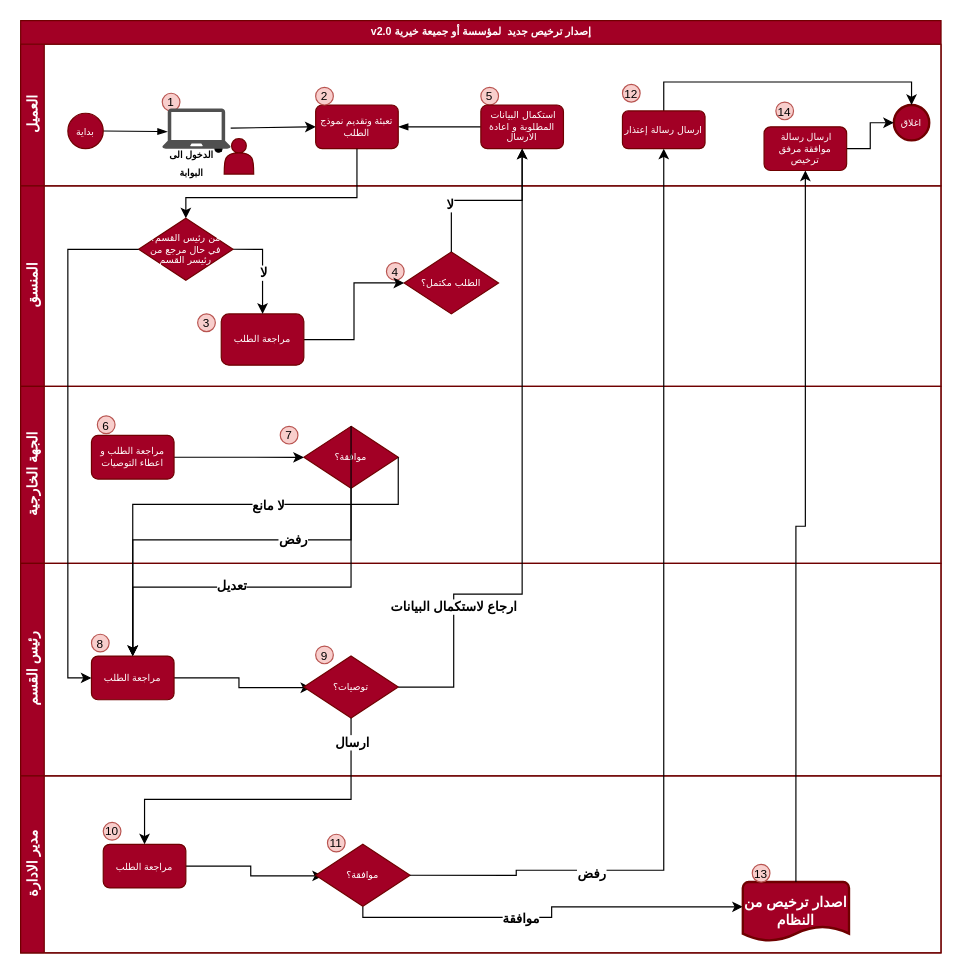
Above: v2.0 طلب إصدار ترخيص جديد  لمؤسسة أو جميعة خيرية.drawio in mmarei/mmarei-GithubRepository (draw.io), before the change. Source tidied: cells renumbered, new cells numbered last; positions are measured from the earlier drawing's top-left corner, leaving out a move shared by most shapes. Both pictures are drawn from the tidied source at 118%, with x=0, y=0 at pixel (20, 20).
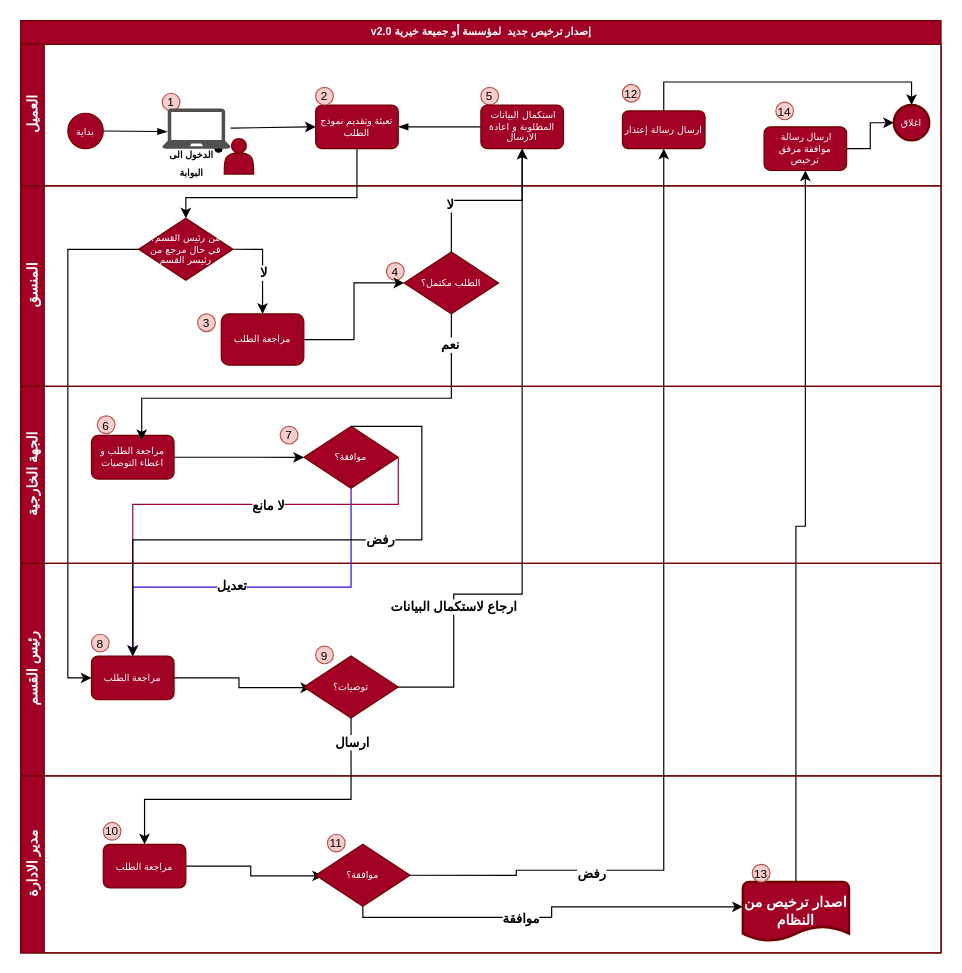
Above is the later version.

Unchanged cells that the change refers to:
```xml
<mxCell id="2" value="&lt;span lang=&quot;AR-SA&quot; dir=&quot;RTL&quot; style=&quot;line-height: 107% ; font-family: &amp;#34;dubai&amp;#34; , sans-serif&quot;&gt;&lt;font style=&quot;font-size: 9px&quot;&gt;إصدار ترخيص جديد&amp;nbsp; لمؤسسة أو جميعة خيرية v2.0&lt;/font&gt;&lt;/span&gt;" style="swimlane;html=1;horizontal=1;startSize=20;rounded=0;shadow=0;labelBackgroundColor=none;strokeWidth=1;fontFamily=Verdana;fontSize=8;align=center;fillColor=#a20025;strokeColor=#6F0000;fontColor=#ffffff;" parent="1" vertex="1">
  <mxGeometry width="780" height="790" as="geometry" />
</mxCell>
<mxCell id="27" value="الطلب مكتمل؟" style="strokeWidth=1;html=1;shape=mxgraph.flowchart.decision;whiteSpace=wrap;rounded=1;shadow=0;labelBackgroundColor=none;fontFamily=Verdana;fontSize=8;align=center;fillColor=#a20025;strokeColor=#6F0000;fontColor=#ffffff;" parent="24" vertex="1">
  <mxGeometry x="325" y="56" width="80" height="52.5" as="geometry" />
</mxCell>
<mxCell id="37" value="موافقة؟" style="strokeWidth=1;html=1;shape=mxgraph.flowchart.decision;whiteSpace=wrap;rounded=1;shadow=0;labelBackgroundColor=none;fontFamily=Verdana;fontSize=8;align=center;fillColor=#a20025;strokeColor=#6F0000;fontColor=#ffffff;" parent="33" vertex="1">
  <mxGeometry x="240" y="33.8" width="80" height="52.5" as="geometry" />
</mxCell>
<mxCell id="38" value="&lt;span lang=&quot;AR-SA&quot; dir=&quot;RTL&quot; style=&quot;line-height: 107% ; font-family: &amp;#34;dubai&amp;#34; , sans-serif&quot;&gt;&lt;font style=&quot;font-size: 8px&quot;&gt;مراجعة الطلب و اعطاء التوصيات&lt;/font&gt;&lt;/span&gt;" style="rounded=1;whiteSpace=wrap;html=1;shadow=0;labelBackgroundColor=none;strokeWidth=1;fontFamily=Verdana;fontSize=8;align=center;fillColor=#a20025;strokeColor=#6F0000;fontColor=#ffffff;" parent="33" vertex="1">
  <mxGeometry x="60" y="41.5" width="70" height="37" as="geometry" />
</mxCell>
<mxCell id="45" value="&lt;span lang=&quot;AR-SA&quot; dir=&quot;RTL&quot; style=&quot;line-height: 107% ; font-family: &amp;#34;dubai&amp;#34; , sans-serif&quot;&gt;&lt;font style=&quot;font-size: 8px&quot;&gt;مراجعة الطلب&lt;/font&gt;&lt;/span&gt;" style="rounded=1;whiteSpace=wrap;html=1;shadow=0;labelBackgroundColor=none;strokeWidth=1;fontFamily=Verdana;fontSize=8;align=center;fillColor=#a20025;strokeColor=#6F0000;fontColor=#ffffff;" parent="41" vertex="1">
  <mxGeometry x="60" y="78.5" width="70" height="37" as="geometry" />
</mxCell>
```

The edit, as a diff of the source:
```diff
@@
-    <mxCell id="47" style="edgeStyle=orthogonalEdgeStyle;rounded=0;jettySize=auto;html=1;exitX=1;exitY=0.5;exitDx=0;exitDy=0;exitPerimeter=0;" parent="2" edge="1" source="37" target="45">
+    <mxCell id="47" style="edgeStyle=orthogonalEdgeStyle;rounded=0;jettySize=auto;html=1;exitX=1;exitY=0.5;exitDx=0;exitDy=0;exitPerimeter=0;fillColor=#d80073;strokeColor=#A50040;" parent="2" edge="1" source="37" target="45">
       <mxGeometry relative="1" as="geometry">
         <Array as="points">
           <mxPoint x="320" y="410" />
           <mxPoint x="95" y="410" />
         </Array>
       </mxGeometry>
     </mxCell>
@@
-    <mxCell id="49" style="edgeStyle=orthogonalEdgeStyle;rounded=0;jettySize=auto;html=1;" parent="2" edge="1" source="37" target="45">
+    <mxCell id="49" style="edgeStyle=orthogonalEdgeStyle;rounded=0;jettySize=auto;html=1;fillColor=#6a00ff;strokeColor=#3700CC;" parent="2" edge="1" source="37" target="45">
       <mxGeometry relative="1" as="geometry">
         <Array as="points">
           <mxPoint x="280" y="480" />
           <mxPoint x="95" y="480" />
         </Array>
       </mxGeometry>
     </mxCell>
@@
     <mxCell id="53" style="edgeStyle=orthogonalEdgeStyle;rounded=0;jettySize=auto;html=1;entryX=0.5;entryY=0;entryDx=0;entryDy=0;exitX=0.5;exitY=0;exitDx=0;exitDy=0;exitPerimeter=0;" parent="2" edge="1" source="37" target="45">
       <mxGeometry relative="1" as="geometry">
         <Array as="points">
-          <mxPoint x="280" y="440" />
+          <mxPoint x="340" y="344" />
+          <mxPoint x="340" y="440" />
           <mxPoint x="95" y="440" />
         </Array>
       </mxGeometry>
     </mxCell>
@@
+    <mxCell id="72" style="edgeStyle=orthogonalEdgeStyle;rounded=0;jettySize=auto;html=1;entryX=0.608;entryY=0.107;entryDx=0;entryDy=0;entryPerimeter=0;" parent="2" edge="1" source="27" target="38">
+      <mxGeometry relative="1" as="geometry">
+        <Array as="points">
+          <mxPoint x="365" y="320" />
+          <mxPoint x="103" y="320" />
+        </Array>
+      </mxGeometry>
+    </mxCell>
+    <mxCell id="73" value="&lt;b&gt;نعم&lt;/b&gt;" style="edgeLabel;html=1;align=center;verticalAlign=middle;" parent="72" vertex="1">
+      <mxGeometry x="-0.86" y="-2" relative="1" as="geometry" />
+    </mxCell>
```
